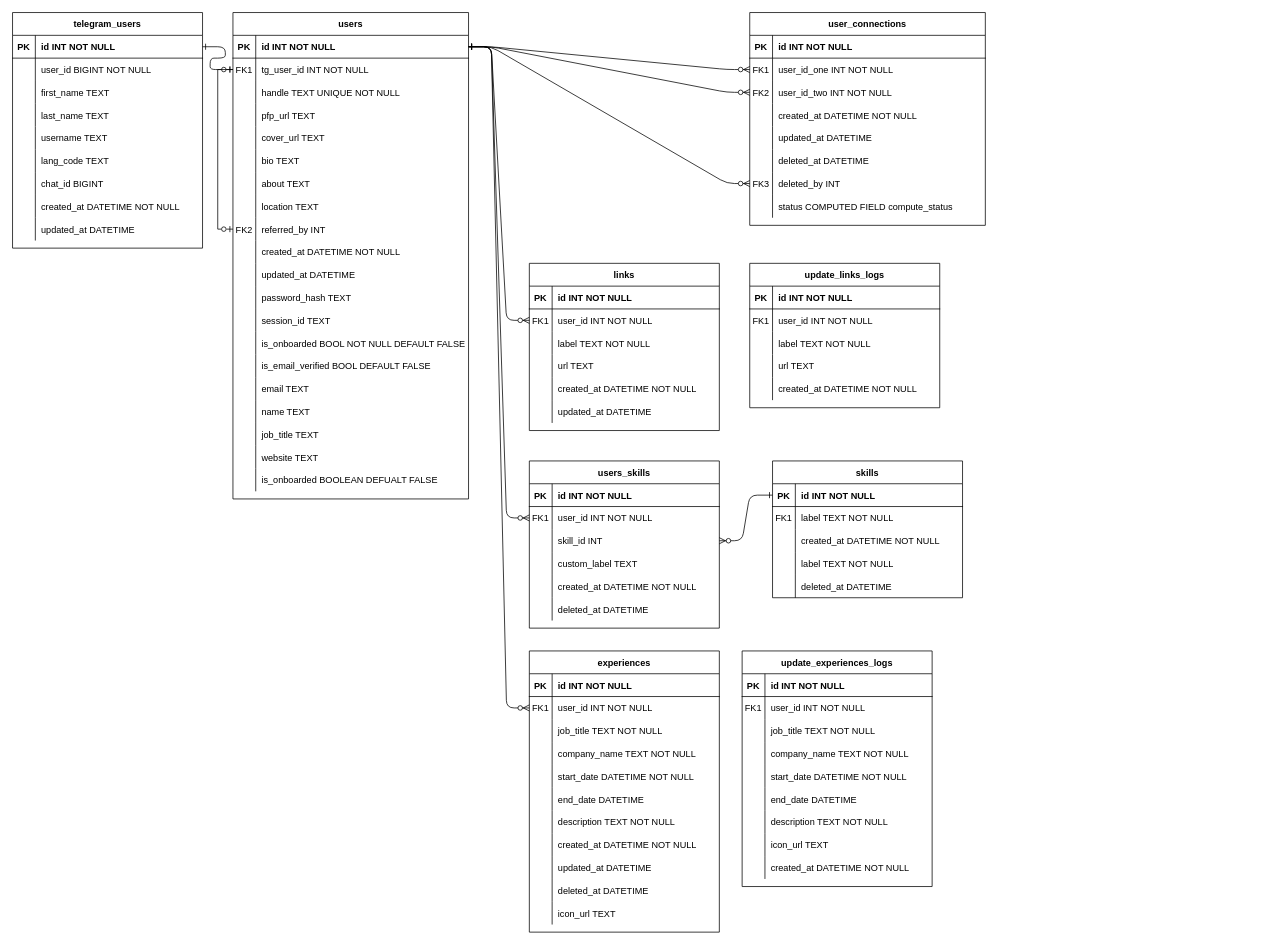
Earlier version of the draw.io diagram tg-profile-entity-class-diagram.drawio (ImWaynnee/tg-profile-class-diagram). Source tidied: cells renumbered, new cells numbered last; positions are measured from the earlier drawing's top-left corner, leaving out a move shared by most shapes. Both pictures are drawn from the tidied source at 76%, with x=0, y=0 at pixel (12, 12).
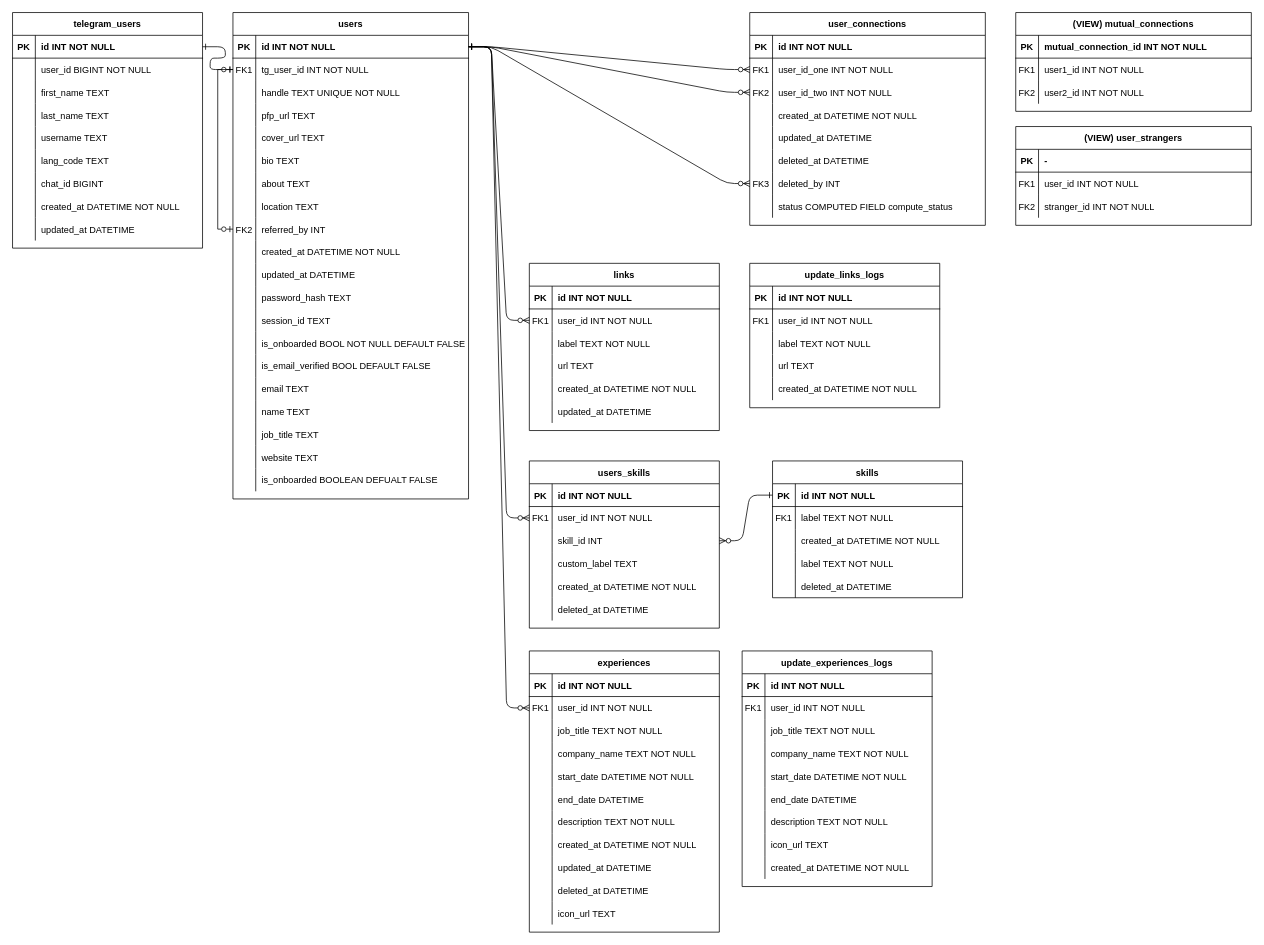
After the change.

Diff of the diagram source:
```diff
@@
+    <mxCell id="259" value="(VIEW) mutual_connections" style="shape=table;startSize=30;childLayout=tableLayout;rowLines=0;fontStyle=1;align=center;" parent="1" vertex="1">
+      <mxGeometry x="1320" width="310" height="130" as="geometry" />
+    </mxCell>
+    <mxCell id="260" style="shape=partialRectangle;fillColor=none;top=0;left=0;right=0;bottom=1;" parent="259" vertex="1">
+      <mxGeometry y="30" width="310" height="30" as="geometry" />
+    </mxCell>
+    <mxCell id="261" value="PK" style="shape=partialRectangle;overflow=hidden;fillColor=none;top=0;left=0;bottom=0;right=0;fontStyle=1;" parent="260" vertex="1">
+      <mxGeometry width="30" height="30" as="geometry" />
+    </mxCell>
+    <mxCell id="262" value="mutual_connection_id INT NOT NULL" style="shape=partialRectangle;overflow=hidden;fillColor=none;top=0;left=0;bottom=0;right=0;align=left;spacingLeft=6;fontStyle=1;" parent="260" vertex="1">
+      <mxGeometry x="30" width="280" height="30" as="geometry" />
+    </mxCell>
+    <mxCell id="263" style="shape=partialRectangle;fillColor=none;top=0;left=0;right=0;bottom=0;" parent="259" vertex="1">
+      <mxGeometry y="60" width="310" height="30" as="geometry" />
+    </mxCell>
+    <mxCell id="264" value="FK1" style="shape=partialRectangle;overflow=hidden;fillColor=none;top=0;left=0;bottom=0;right=0;" parent="263" vertex="1">
+      <mxGeometry width="30" height="30" as="geometry" />
+    </mxCell>
+    <mxCell id="265" value="user1_id INT NOT NULL" style="shape=partialRectangle;overflow=hidden;fillColor=none;top=0;left=0;bottom=0;right=0;align=left;spacingLeft=6;" parent="263" vertex="1">
+      <mxGeometry x="30" width="280" height="30" as="geometry" />
+    </mxCell>
+    <mxCell id="266" style="shape=partialRectangle;fillColor=none;top=0;left=0;right=0;bottom=0;" parent="259" vertex="1">
+      <mxGeometry y="90" width="310" height="30" as="geometry" />
+    </mxCell>
+    <mxCell id="267" value="FK2" style="shape=partialRectangle;overflow=hidden;fillColor=none;top=0;left=0;bottom=0;right=0;" parent="266" vertex="1">
+      <mxGeometry width="30" height="30" as="geometry" />
+    </mxCell>
+    <mxCell id="268" value="user2_id INT NOT NULL" style="shape=partialRectangle;overflow=hidden;fillColor=none;top=0;left=0;bottom=0;right=0;align=left;spacingLeft=6;" parent="266" vertex="1">
+      <mxGeometry x="30" width="280" height="30" as="geometry" />
+    </mxCell>
+    <mxCell id="269" value="(VIEW) user_strangers" style="shape=table;startSize=30;childLayout=tableLayout;rowLines=0;fontStyle=1;align=center;" parent="1" vertex="1">
+      <mxGeometry x="1320" y="150" width="310" height="130" as="geometry" />
+    </mxCell>
+    <mxCell id="270" style="shape=partialRectangle;fillColor=none;top=0;left=0;right=0;bottom=1;" parent="269" vertex="1">
+      <mxGeometry y="30" width="310" height="30" as="geometry" />
+    </mxCell>
+    <mxCell id="271" value="PK" style="shape=partialRectangle;overflow=hidden;fillColor=none;top=0;left=0;bottom=0;right=0;fontStyle=1;" parent="270" vertex="1">
+      <mxGeometry width="30" height="30" as="geometry" />
+    </mxCell>
+    <mxCell id="272" value="-" style="shape=partialRectangle;overflow=hidden;fillColor=none;top=0;left=0;bottom=0;right=0;align=left;spacingLeft=6;fontStyle=1;" parent="270" vertex="1">
+      <mxGeometry x="30" width="280" height="30" as="geometry" />
+    </mxCell>
+    <mxCell id="273" style="shape=partialRectangle;fillColor=none;top=0;left=0;right=0;bottom=0;" parent="269" vertex="1">
+      <mxGeometry y="60" width="310" height="30" as="geometry" />
+    </mxCell>
+    <mxCell id="274" value="FK1" style="shape=partialRectangle;overflow=hidden;fillColor=none;top=0;left=0;bottom=0;right=0;" parent="273" vertex="1">
+      <mxGeometry width="30" height="30" as="geometry" />
+    </mxCell>
+    <mxCell id="275" value="user_id INT NOT NULL" style="shape=partialRectangle;overflow=hidden;fillColor=none;top=0;left=0;bottom=0;right=0;align=left;spacingLeft=6;" parent="273" vertex="1">
+      <mxGeometry x="30" width="280" height="30" as="geometry" />
+    </mxCell>
+    <mxCell id="276" style="shape=partialRectangle;fillColor=none;top=0;left=0;right=0;bottom=0;" parent="269" vertex="1">
+      <mxGeometry y="90" width="310" height="30" as="geometry" />
+    </mxCell>
+    <mxCell id="277" value="FK2" style="shape=partialRectangle;overflow=hidden;fillColor=none;top=0;left=0;bottom=0;right=0;" parent="276" vertex="1">
+      <mxGeometry width="30" height="30" as="geometry" />
+    </mxCell>
+    <mxCell id="278" value="stranger_id INT NOT NULL" style="shape=partialRectangle;overflow=hidden;fillColor=none;top=0;left=0;bottom=0;right=0;align=left;spacingLeft=6;" parent="276" vertex="1">
+      <mxGeometry x="30" width="280" height="30" as="geometry" />
+    </mxCell>
```
